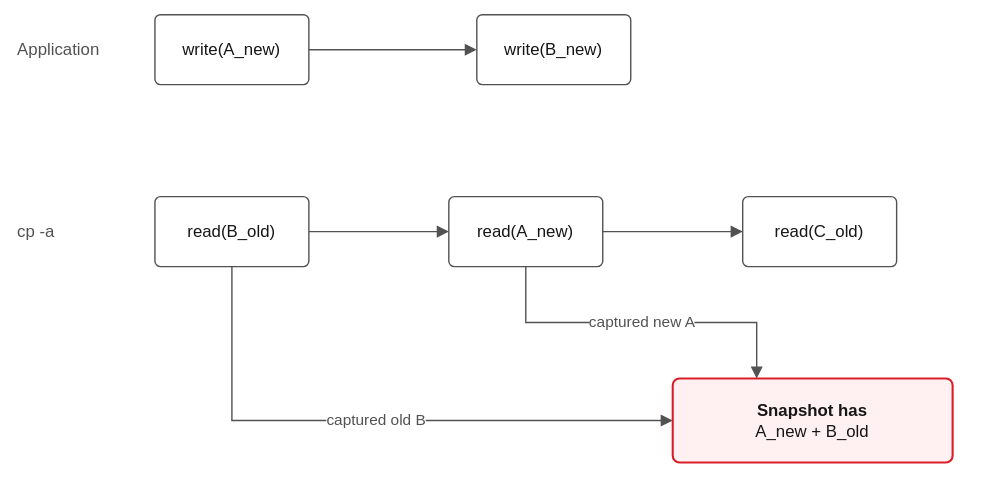
Earlier version of the draw.io export docs/images/consistency-model-cross-file.drawio.svg (neil1taylor/ibm-vpc-file-pool-csi). Source tidied: cells renumbered, new cells last; positions are measured from the earlier drawing's top-left corner, leaving out a move shared by most shapes.
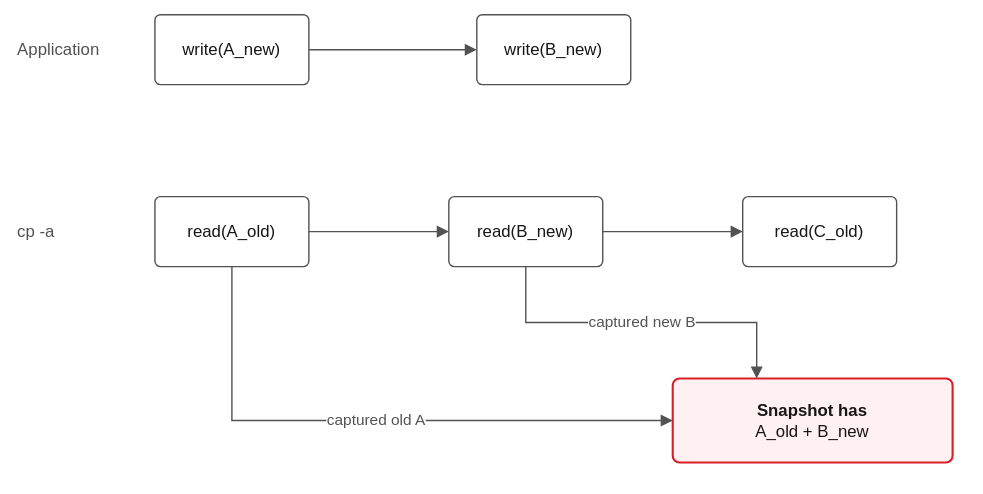
Above is the later version.

What changed in the source:
```diff
@@ -17,10 +17,10 @@
     <mxCell id="6" style="endArrow=block;endFill=1;html=1;strokeColor=#525252;fontFamily=Helvetica;fontSize=11;fontColor=#525252;labelBackgroundColor=#ffffff;" parent="1" edge="1" source="4" target="5">
       <mxGeometry relative="1" as="geometry" />
     </mxCell>
-    <mxCell id="7" value="read(B_old)" style="rounded=1;arcSize=8;whiteSpace=wrap;html=1;fillColor=#ffffff;strokeColor=#525252;fontFamily=Helvetica;fontSize=12;fontColor=#161616;" parent="1" vertex="1">
+    <mxCell id="7" value="read(A_old)" style="rounded=1;arcSize=8;whiteSpace=wrap;html=1;fillColor=#ffffff;strokeColor=#525252;fontFamily=Helvetica;fontSize=12;fontColor=#161616;" parent="1" vertex="1">
       <mxGeometry x="100" y="130" width="110" height="50" as="geometry" />
     </mxCell>
-    <mxCell id="8" value="read(A_new)" style="rounded=1;arcSize=8;whiteSpace=wrap;html=1;fillColor=#ffffff;strokeColor=#525252;fontFamily=Helvetica;fontSize=12;fontColor=#161616;" parent="1" vertex="1">
+    <mxCell id="8" value="read(B_new)" style="rounded=1;arcSize=8;whiteSpace=wrap;html=1;fillColor=#ffffff;strokeColor=#525252;fontFamily=Helvetica;fontSize=12;fontColor=#161616;" parent="1" vertex="1">
       <mxGeometry x="310" y="130" width="110" height="50" as="geometry" />
     </mxCell>
     <mxCell id="9" value="read(C_old)" style="rounded=1;arcSize=8;whiteSpace=wrap;html=1;fillColor=#ffffff;strokeColor=#525252;fontFamily=Helvetica;fontSize=12;fontColor=#161616;" parent="1" vertex="1">
@@ -32,13 +32,13 @@
     <mxCell id="11" style="endArrow=block;endFill=1;html=1;strokeColor=#525252;fontFamily=Helvetica;fontSize=11;fontColor=#525252;labelBackgroundColor=#ffffff;" parent="1" edge="1" source="8" target="9">
       <mxGeometry relative="1" as="geometry" />
     </mxCell>
-    <mxCell id="12" value="&lt;b&gt;Snapshot has&lt;/b&gt;&lt;br&gt;A_new + B_old" style="rounded=1;arcSize=8;whiteSpace=wrap;html=1;fillColor=#fff1f1;strokeColor=#da1e28;strokeWidth=1.5;fontFamily=Helvetica;fontSize=12;fontColor=#161616;" parent="1" vertex="1">
+    <mxCell id="12" value="&lt;b&gt;Snapshot has&lt;/b&gt;&lt;br&gt;A_old + B_new" style="rounded=1;arcSize=8;whiteSpace=wrap;html=1;fillColor=#fff1f1;strokeColor=#da1e28;strokeWidth=1.5;fontFamily=Helvetica;fontSize=12;fontColor=#161616;" parent="1" vertex="1">
       <mxGeometry x="470" y="260" width="200" height="60" as="geometry" />
     </mxCell>
-    <mxCell id="13" value="captured old B" style="endArrow=block;endFill=1;html=1;strokeColor=#525252;fontFamily=Helvetica;fontSize=11;fontColor=#525252;labelBackgroundColor=#ffffff;edgeStyle=orthogonalEdgeStyle;rounded=0;exitX=0.5;exitY=1;entryX=0;entryY=0.5;" parent="1" edge="1" source="7" target="12">
+    <mxCell id="13" value="captured old A" style="endArrow=block;endFill=1;html=1;strokeColor=#525252;fontFamily=Helvetica;fontSize=11;fontColor=#525252;labelBackgroundColor=#ffffff;edgeStyle=orthogonalEdgeStyle;rounded=0;exitX=0.5;exitY=1;entryX=0;entryY=0.5;" parent="1" edge="1" source="7" target="12">
       <mxGeometry relative="1" as="geometry" />
     </mxCell>
-    <mxCell id="14" value="captured new A" style="endArrow=block;endFill=1;html=1;strokeColor=#525252;fontFamily=Helvetica;fontSize=11;fontColor=#525252;labelBackgroundColor=#ffffff;edgeStyle=orthogonalEdgeStyle;rounded=0;exitX=0.5;exitY=1;entryX=0.3;entryY=0;" parent="1" edge="1" source="8" target="12">
+    <mxCell id="14" value="captured new B" style="endArrow=block;endFill=1;html=1;strokeColor=#525252;fontFamily=Helvetica;fontSize=11;fontColor=#525252;labelBackgroundColor=#ffffff;edgeStyle=orthogonalEdgeStyle;rounded=0;exitX=0.5;exitY=1;entryX=0.3;entryY=0;" parent="1" edge="1" source="8" target="12">
       <mxGeometry relative="1" as="geometry" />
     </mxCell>
   </root>
```
